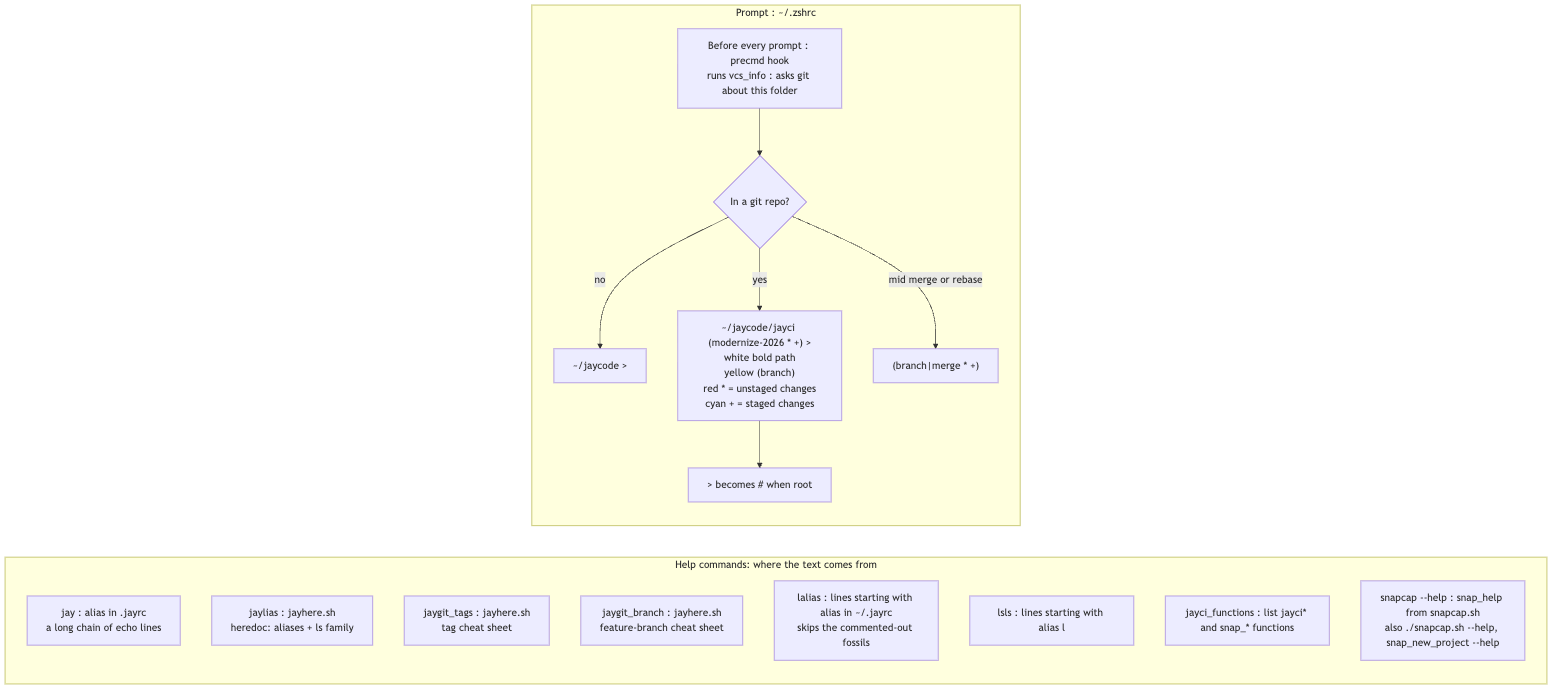
Before: docs/diagrams/8-help-and-prompt.png, a diagram exported from Mermaid (jaycody/jayci). Its source is kept beside it as docs/diagrams/8-help-and-prompt.mmd. The source it was exported from:
```mermaid
flowchart LR
    subgraph HELP ["Help commands: where the text comes from"]
        h1["jay : alias in .jayrc<br/>a long chain of echo lines"]
        h2["jaylias : jayhere.sh<br/>heredoc: aliases + ls family"]
        h3["jaygit_tags : jayhere.sh<br/>tag cheat sheet"]
        h4["jaygit_branch : jayhere.sh<br/>feature-branch cheat sheet"]
        h5["lalias : lines starting with alias in ~/.jayrc<br/>skips the commented-out fossils"]
        h6["lsls : lines starting with alias l"]
        h7["jayci_functions : list jayci* and snap_* functions"]
        h8["snapcap --help : snap_help from snapcap.sh<br/>also ./snapcap.sh --help, snap_new_project --help"]
    end


    subgraph PROMPT ["Prompt : ~/.zshrc"]
        p1["Before every prompt : precmd hook<br/>runs vcs_info : asks git about this folder"] --> p2{"In a git repo?"}
        p2 -->|no| p3["~/jaycode >"]
        p2 -->|yes| p4["~/jaycode/jayci (modernize-2026 * +) ><br/>white bold path<br/>yellow (branch)<br/>red * = unstaged changes<br/>cyan + = staged changes"]
        p2 -->|"mid merge or rebase"| p5["(branch|merge * +)"]
        p4 --> p6["> becomes # when root"]
    end
```
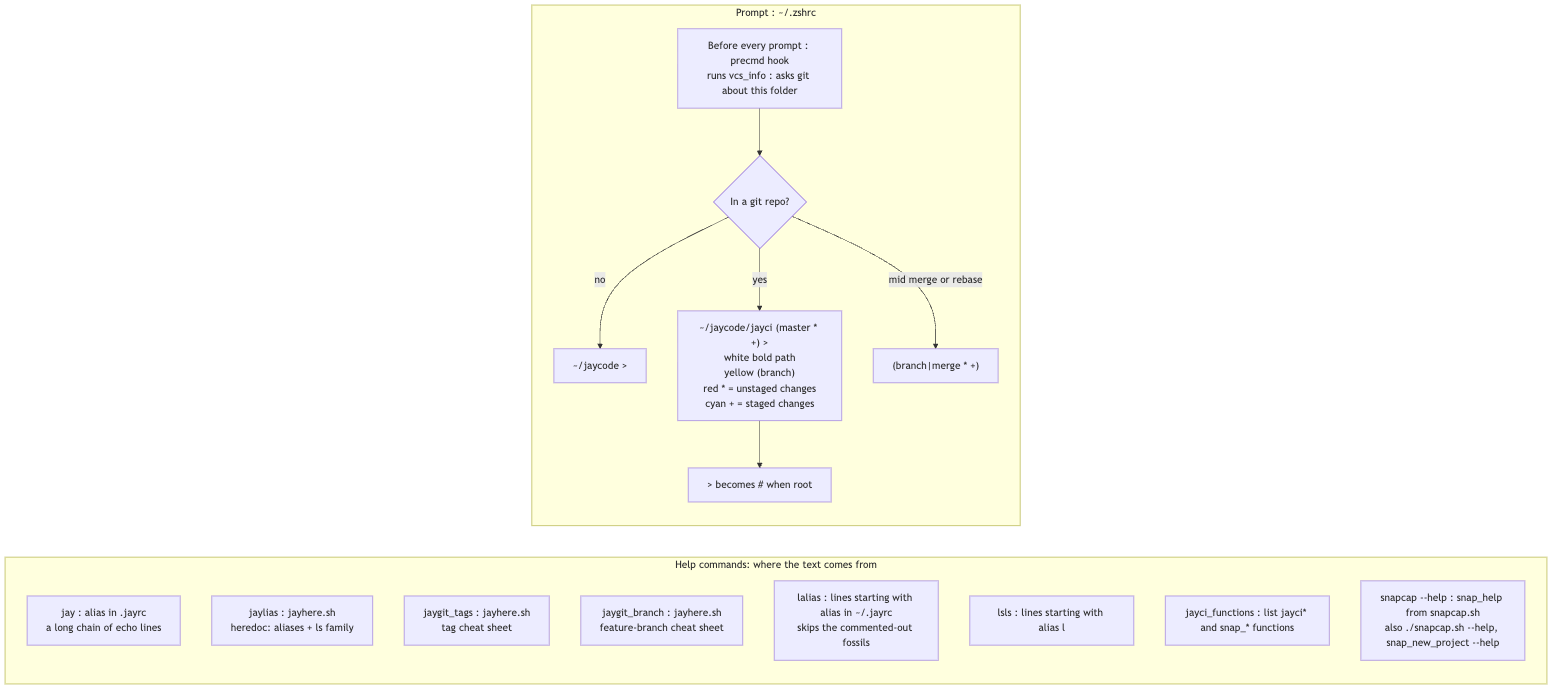
After the commit.

Commit message:
Diagrams: _snap_remember_storage, gh on PATH, current branch examples

Diff of the diagram source:
```diff
@@ -14,7 +14,7 @@
     subgraph PROMPT ["Prompt : ~/.zshrc"]
         p1["Before every prompt : precmd hook<br/>runs vcs_info : asks git about this folder"] --> p2{"In a git repo?"}
         p2 -->|no| p3["~/jaycode >"]
-        p2 -->|yes| p4["~/jaycode/jayci (modernize-2026 * +) ><br/>white bold path<br/>yellow (branch)<br/>red * = unstaged changes<br/>cyan + = staged changes"]
+        p2 -->|yes| p4["~/jaycode/jayci (master * +) ><br/>white bold path<br/>yellow (branch)<br/>red * = unstaged changes<br/>cyan + = staged changes"]
         p2 -->|"mid merge or rebase"| p5["(branch|merge * +)"]
         p4 --> p6["> becomes # when root"]
     end
```
